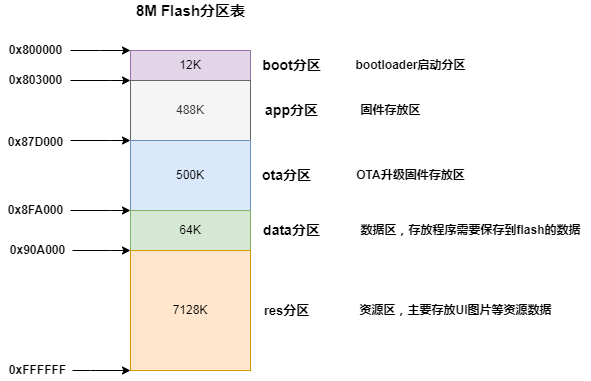
This is rf01 sdk.png from zhangmeizhen/test2, a draw.io export, as it was before one commit. Source tidied: cells renumbered, new cells last; positions are measured from the earlier drawing's top-left corner, leaving out a move shared by most shapes.
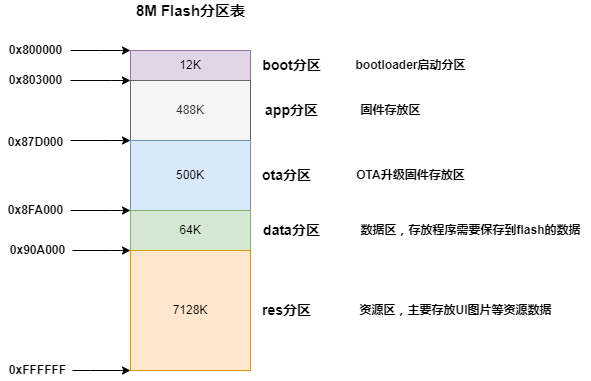
Above is the later version.

What changed in the source:
```diff
@@ -32,7 +32,7 @@
     <mxCell id="11" value="7128K" style="rounded=0;whiteSpace=wrap;html=1;fillColor=#ffe6cc;strokeColor=#d79b00;" parent="1" vertex="1">
       <mxGeometry x="130" y="250" width="120" height="120" as="geometry" />
     </mxCell>
-    <mxCell id="12" value="&lt;b&gt;&lt;font style=&quot;font-size: 13px;&quot;&gt;res分区&lt;/font&gt;&lt;/b&gt;" style="text;html=1;align=center;verticalAlign=middle;strokeColor=none;fillColor=none;" parent="1" vertex="1">
+    <mxCell id="12" value="&lt;b&gt;&lt;font style=&quot;font-size: 14px;&quot;&gt;res分区&lt;/font&gt;&lt;/b&gt;" style="text;html=1;align=center;verticalAlign=middle;strokeColor=none;fillColor=none;" parent="1" vertex="1">
       <mxGeometry x="256" y="300" width="60" height="20" as="geometry" />
     </mxCell>
     <mxCell id="13" value="&lt;b&gt;&lt;font style=&quot;font-size: 15px;&quot;&gt;8M Flash分区表&lt;/font&gt;&lt;/b&gt;" style="text;html=1;align=center;verticalAlign=middle;strokeColor=none;fillColor=none;" parent="1" vertex="1">
```
